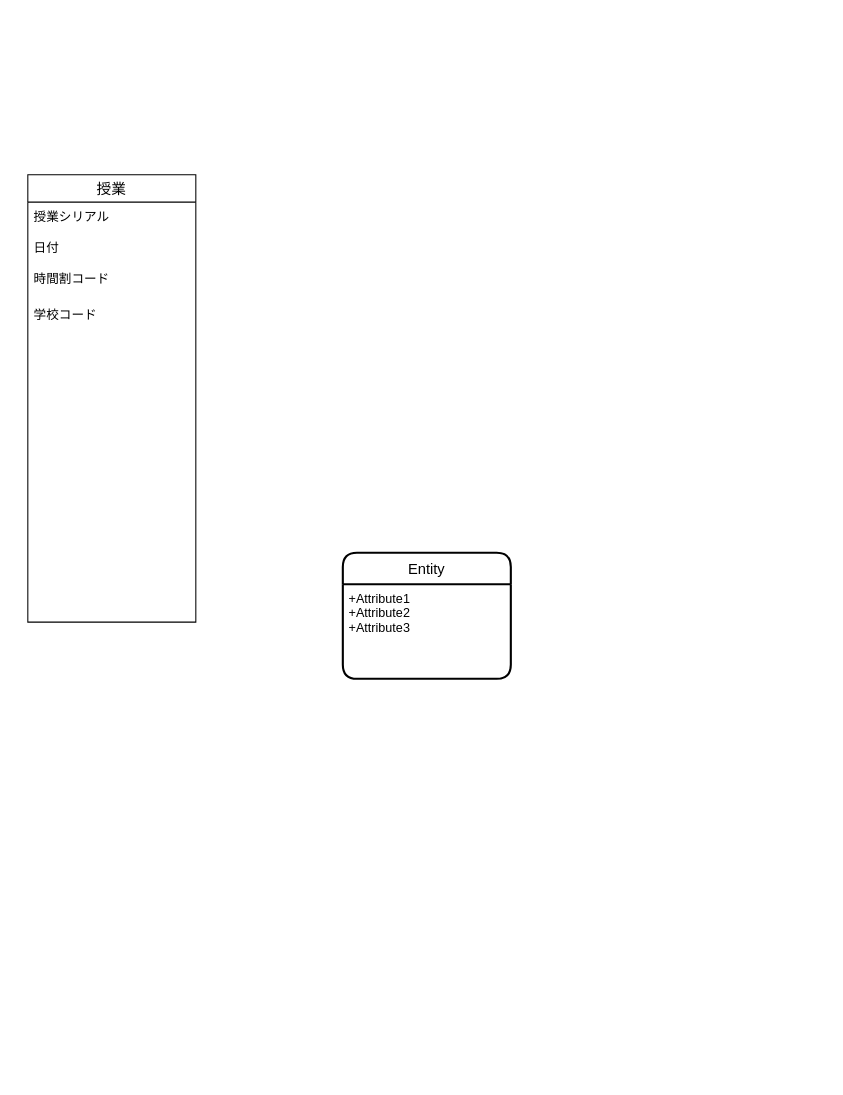
Before: edu_db.drawio in con3code/educode, a draw.io diagram. Source tidied: cells renumbered, new cells numbered last; positions are measured from the earlier drawing's top-left corner, leaving out a move shared by most shapes. Both pictures are drawn from the tidied source at 105%, with x=0, y=0 at pixel (27, 174).
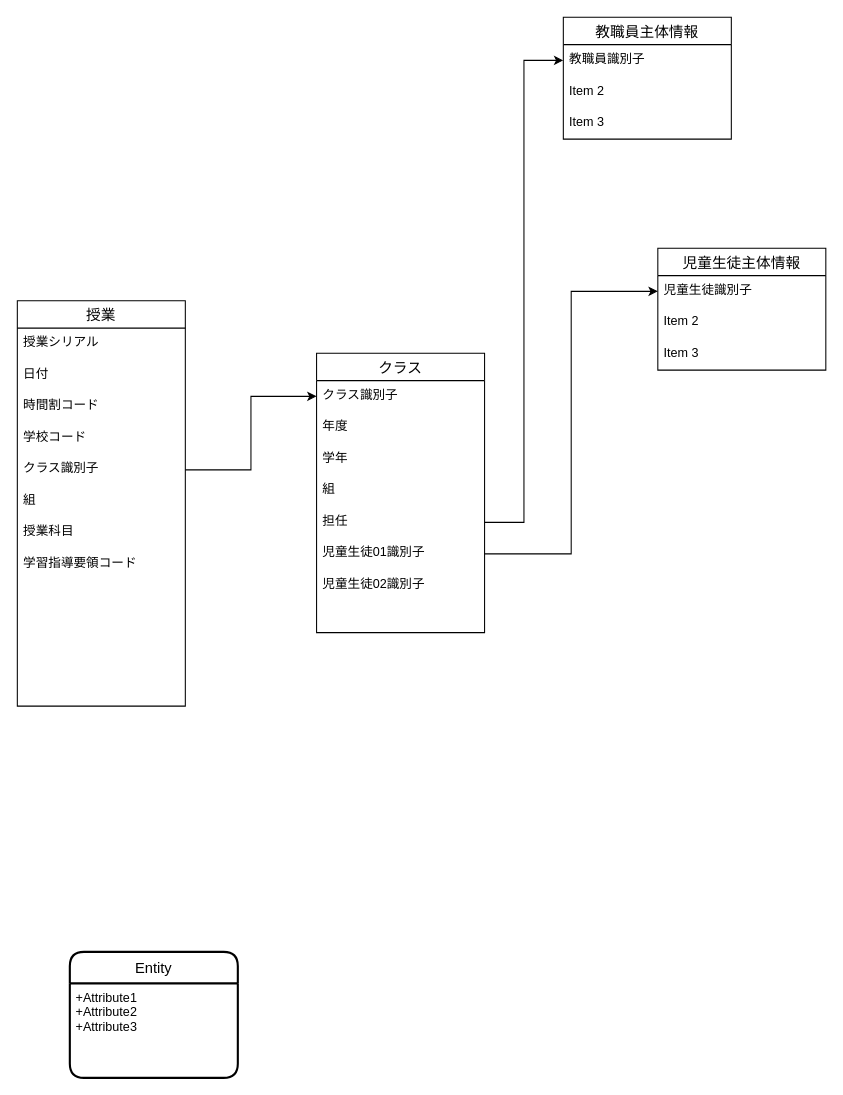
After the change.

Commit message (it also covers changes not shown here):
edu_db.drawio を更新します

Change to the diagram source:
```diff
@@
     <mxCell id="2" value="授業" style="swimlane;fontStyle=0;horizontal=1;startSize=26;align=center;fontSize=14;" parent="1" vertex="1">
-      <mxGeometry width="160" height="426" as="geometry" />
+      <mxGeometry x="-10" y="120" width="160" height="386" as="geometry" />
     </mxCell>
@@
     <mxCell id="5" value="時間割コード" style="text;strokeColor=none;fillColor=none;spacingLeft=4;spacingRight=4;overflow=hidden;fontSize=12;" parent="2" vertex="1">
-      <mxGeometry y="86" width="160" height="34" as="geometry" />
+      <mxGeometry y="86" width="160" height="30" as="geometry" />
     </mxCell>
     <mxCell id="6" value="学校コード" style="text;strokeColor=none;fillColor=none;spacingLeft=4;spacingRight=4;overflow=hidden;fontSize=12;" parent="2" vertex="1">
-      <mxGeometry y="120" width="160" height="34" as="geometry" />
+      <mxGeometry y="116" width="160" height="30" as="geometry" />
     </mxCell>
-    <mxCell id="7" style="text;strokeColor=none;fillColor=none;spacingLeft=4;spacingRight=4;overflow=hidden;points=[[0,0.5],[1,0.5]];portConstraint=eastwest;fontSize=12;" parent="2" vertex="1">
-      <mxGeometry y="154" width="160" height="34" as="geometry" />
+    <mxCell id="7" value="クラス識別子" style="text;strokeColor=none;fillColor=none;spacingLeft=4;spacingRight=4;overflow=hidden;points=[[0,0.5],[1,0.5]];portConstraint=eastwest;fontSize=12;" parent="2" vertex="1">
+      <mxGeometry y="146" width="160" height="30" as="geometry" />
     </mxCell>
-    <mxCell id="8" style="text;strokeColor=none;fillColor=none;spacingLeft=4;spacingRight=4;overflow=hidden;fontSize=12;" parent="2" vertex="1">
-      <mxGeometry y="188" width="160" height="34" as="geometry" />
+    <mxCell id="8" value="組" style="text;strokeColor=none;fillColor=none;spacingLeft=4;spacingRight=4;overflow=hidden;fontSize=12;" parent="2" vertex="1">
+      <mxGeometry y="176" width="160" height="30" as="geometry" />
     </mxCell>
-    <mxCell id="9" style="text;strokeColor=none;fillColor=none;spacingLeft=4;spacingRight=4;overflow=hidden;fontSize=12;" parent="2" vertex="1">
-      <mxGeometry y="222" width="160" height="34" as="geometry" />
+    <mxCell id="9" value="授業科目" style="text;strokeColor=none;fillColor=none;spacingLeft=4;spacingRight=4;overflow=hidden;fontSize=12;" parent="2" vertex="1">
+      <mxGeometry y="206" width="160" height="30" as="geometry" />
     </mxCell>
-    <mxCell id="10" style="text;strokeColor=none;fillColor=none;spacingLeft=4;spacingRight=4;overflow=hidden;fontSize=12;" parent="2" vertex="1">
-      <mxGeometry y="256" width="160" height="34" as="geometry" />
+    <mxCell id="10" value="学習指導要領コード" style="text;strokeColor=none;fillColor=none;spacingLeft=4;spacingRight=4;overflow=hidden;fontSize=12;" parent="2" vertex="1">
+      <mxGeometry y="236" width="160" height="30" as="geometry" />
     </mxCell>
     <mxCell id="11" style="text;strokeColor=none;fillColor=none;spacingLeft=4;spacingRight=4;overflow=hidden;fontSize=12;" parent="2" vertex="1">
-      <mxGeometry y="290" width="160" height="34" as="geometry" />
+      <mxGeometry y="266" width="160" height="30" as="geometry" />
     </mxCell>
     <mxCell id="12" style="text;strokeColor=none;fillColor=none;spacingLeft=4;spacingRight=4;overflow=hidden;fontSize=12;" parent="2" vertex="1">
-      <mxGeometry y="324" width="160" height="34" as="geometry" />
+      <mxGeometry y="296" width="160" height="30" as="geometry" />
     </mxCell>
     <mxCell id="13" style="text;strokeColor=none;fillColor=none;spacingLeft=4;spacingRight=4;overflow=hidden;fontSize=12;" parent="2" vertex="1">
-      <mxGeometry y="358" width="160" height="34" as="geometry" />
+      <mxGeometry y="326" width="160" height="30" as="geometry" />
     </mxCell>
     <mxCell id="14" style="text;strokeColor=none;fillColor=none;spacingLeft=4;spacingRight=4;overflow=hidden;fontSize=12;" parent="2" vertex="1">
-      <mxGeometry y="392" width="160" height="34" as="geometry" />
+      <mxGeometry y="356" width="160" height="30" as="geometry" />
     </mxCell>
     <mxCell id="15" value="Entity" style="swimlane;horizontal=1;startSize=30;rounded=1;fontSize=14;fontStyle=0;strokeWidth=2;shadow=0;dashed=0;align=center;" parent="1" vertex="1">
-      <mxGeometry x="300" y="360" width="160" height="120" as="geometry" />
+      <mxGeometry x="40" y="740" width="160" height="120" as="geometry" />
     </mxCell>
@@
+    <mxCell id="17" value="クラス" style="swimlane;fontStyle=0;horizontal=1;startSize=26;align=center;fontSize=14;" parent="1" vertex="1">
+      <mxGeometry x="275" y="170" width="160" height="266" as="geometry" />
+    </mxCell>
+    <mxCell id="18" value="クラス識別子" style="text;strokeColor=none;fillColor=none;spacingLeft=4;spacingRight=4;overflow=hidden;points=[[0,0.5],[1,0.5]];portConstraint=eastwest;fontSize=12;" parent="17" vertex="1">
+      <mxGeometry y="26" width="160" height="30" as="geometry" />
+    </mxCell>
+    <mxCell id="19" value="年度" style="text;strokeColor=none;fillColor=none;spacingLeft=4;spacingRight=4;overflow=hidden;fontSize=12;" parent="17" vertex="1">
+      <mxGeometry y="56" width="160" height="30" as="geometry" />
+    </mxCell>
+    <mxCell id="20" value="学年" style="text;strokeColor=none;fillColor=none;spacingLeft=4;spacingRight=4;overflow=hidden;fontSize=12;" parent="17" vertex="1">
+      <mxGeometry y="86" width="160" height="30" as="geometry" />
+    </mxCell>
+    <mxCell id="21" value="組" style="text;strokeColor=none;fillColor=none;spacingLeft=4;spacingRight=4;overflow=hidden;fontSize=12;" parent="17" vertex="1">
+      <mxGeometry y="116" width="160" height="30" as="geometry" />
+    </mxCell>
+    <mxCell id="22" value="担任" style="text;strokeColor=none;fillColor=none;spacingLeft=4;spacingRight=4;overflow=hidden;points=[[0,0.5],[1,0.5]];portConstraint=eastwest;fontSize=12;" parent="17" vertex="1">
+      <mxGeometry y="146" width="160" height="30" as="geometry" />
+    </mxCell>
+    <mxCell id="23" value="児童生徒01識別子" style="text;strokeColor=none;fillColor=none;spacingLeft=4;spacingRight=4;overflow=hidden;points=[[0,0.5],[1,0.5]];portConstraint=eastwest;fontSize=12;" parent="17" vertex="1">
+      <mxGeometry y="176" width="160" height="30" as="geometry" />
+    </mxCell>
+    <mxCell id="24" value="児童生徒02識別子" style="text;strokeColor=none;fillColor=none;spacingLeft=4;spacingRight=4;overflow=hidden;fontSize=12;" parent="17" vertex="1">
+      <mxGeometry y="206" width="160" height="30" as="geometry" />
+    </mxCell>
+    <mxCell id="25" style="text;strokeColor=none;fillColor=none;spacingLeft=4;spacingRight=4;overflow=hidden;fontSize=12;" parent="17" vertex="1">
+      <mxGeometry y="236" width="160" height="30" as="geometry" />
+    </mxCell>
+    <mxCell id="26" style="edgeStyle=orthogonalEdgeStyle;rounded=0;jettySize=auto;html=1;entryX=0;entryY=0.5;entryDx=0;entryDy=0;" parent="1" edge="1" source="7" target="18">
+      <mxGeometry relative="1" as="geometry" />
+    </mxCell>
+    <mxCell id="27" value="児童生徒主体情報" style="swimlane;fontStyle=0;horizontal=1;startSize=26;align=center;fontSize=14;" parent="1" vertex="1">
+      <mxGeometry x="600" y="70" width="160" height="116" as="geometry" />
+    </mxCell>
+    <mxCell id="28" value="児童生徒識別子" style="text;strokeColor=none;fillColor=none;spacingLeft=4;spacingRight=4;overflow=hidden;points=[[0,0.5],[1,0.5]];portConstraint=eastwest;fontSize=12;" parent="27" vertex="1">
+      <mxGeometry y="26" width="160" height="30" as="geometry" />
+    </mxCell>
+    <mxCell id="29" value="Item 2" style="text;strokeColor=none;fillColor=none;spacingLeft=4;spacingRight=4;overflow=hidden;fontSize=12;" parent="27" vertex="1">
+      <mxGeometry y="56" width="160" height="30" as="geometry" />
+    </mxCell>
+    <mxCell id="30" value="Item 3" style="text;strokeColor=none;fillColor=none;spacingLeft=4;spacingRight=4;overflow=hidden;fontSize=12;" parent="27" vertex="1">
+      <mxGeometry y="86" width="160" height="30" as="geometry" />
+    </mxCell>
+    <mxCell id="31" value="教職員主体情報" style="swimlane;fontStyle=0;horizontal=1;startSize=26;align=center;fontSize=14;" parent="1" vertex="1">
+      <mxGeometry x="510" y="-150" width="160" height="116" as="geometry" />
+    </mxCell>
+    <mxCell id="32" value="教職員識別子" style="text;strokeColor=none;fillColor=none;spacingLeft=4;spacingRight=4;overflow=hidden;points=[[0,0.5],[1,0.5]];portConstraint=eastwest;fontSize=12;" parent="31" vertex="1">
+      <mxGeometry y="26" width="160" height="30" as="geometry" />
+    </mxCell>
+    <mxCell id="33" value="Item 2" style="text;strokeColor=none;fillColor=none;spacingLeft=4;spacingRight=4;overflow=hidden;fontSize=12;" parent="31" vertex="1">
+      <mxGeometry y="56" width="160" height="30" as="geometry" />
+    </mxCell>
+    <mxCell id="34" value="Item 3" style="text;strokeColor=none;fillColor=none;spacingLeft=4;spacingRight=4;overflow=hidden;fontSize=12;" parent="31" vertex="1">
+      <mxGeometry y="86" width="160" height="30" as="geometry" />
+    </mxCell>
+    <mxCell id="35" style="edgeStyle=orthogonalEdgeStyle;rounded=0;jettySize=auto;html=1;entryX=0;entryY=0.5;entryDx=0;entryDy=0;" parent="1" edge="1" source="22" target="32">
+      <mxGeometry relative="1" as="geometry" />
+    </mxCell>
+    <mxCell id="36" style="edgeStyle=orthogonalEdgeStyle;rounded=0;jettySize=auto;html=1;entryX=0;entryY=0.5;entryDx=0;entryDy=0;" parent="1" edge="1" source="23" target="28">
+      <mxGeometry relative="1" as="geometry" />
+    </mxCell>
```
